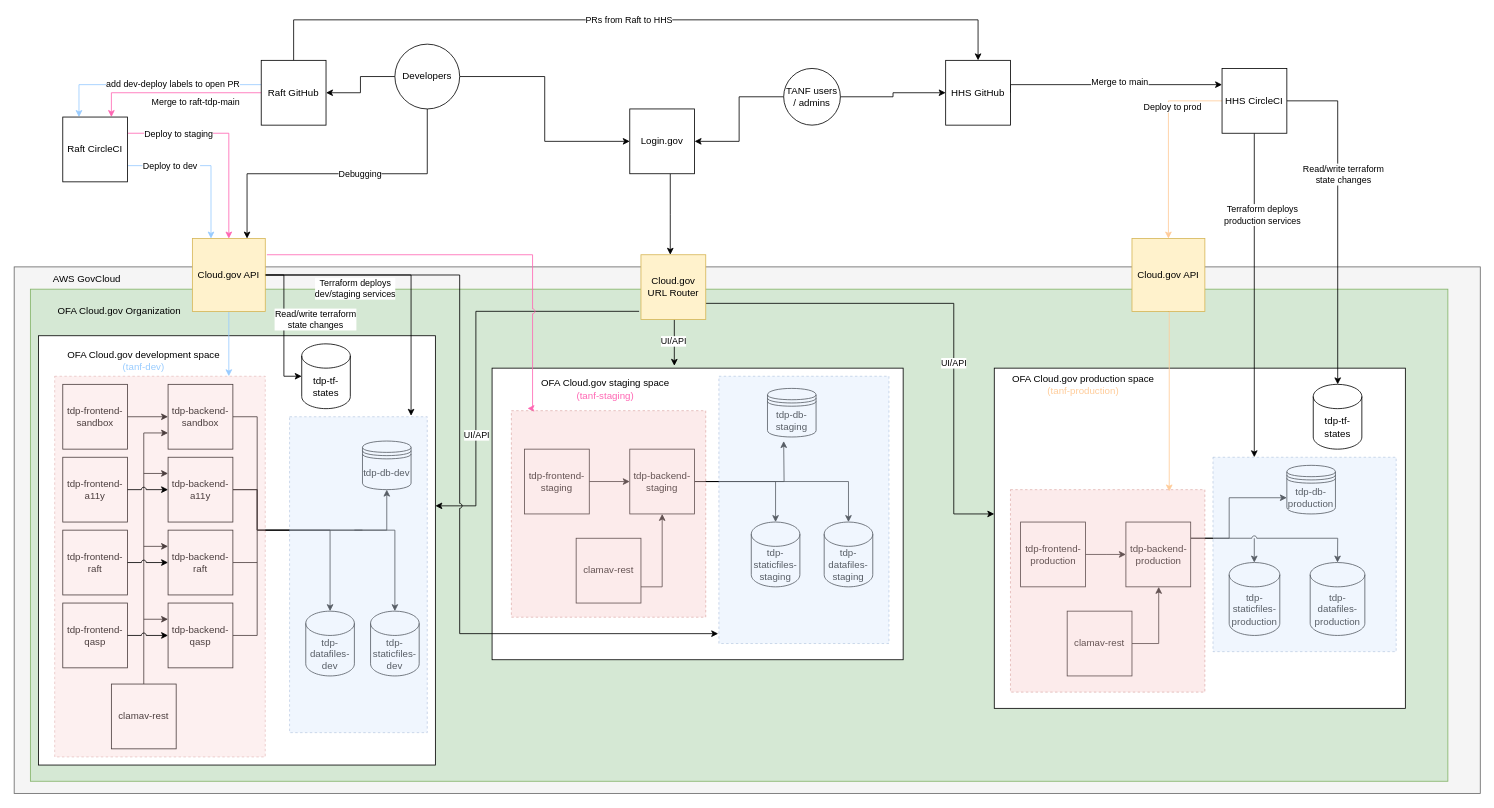
Earlier version of the draw.io diagram docs/Technical-Documentation/diagrams/tdp-environments.drawio (HHS/TANF-app). Source tidied: cells renumbered, new cells numbered last; positions are measured from the earlier drawing's top-left corner, leaving out a move shared by most shapes. Both pictures are drawn from the tidied source at 81%, with x=0, y=0 at pixel (14, 19).
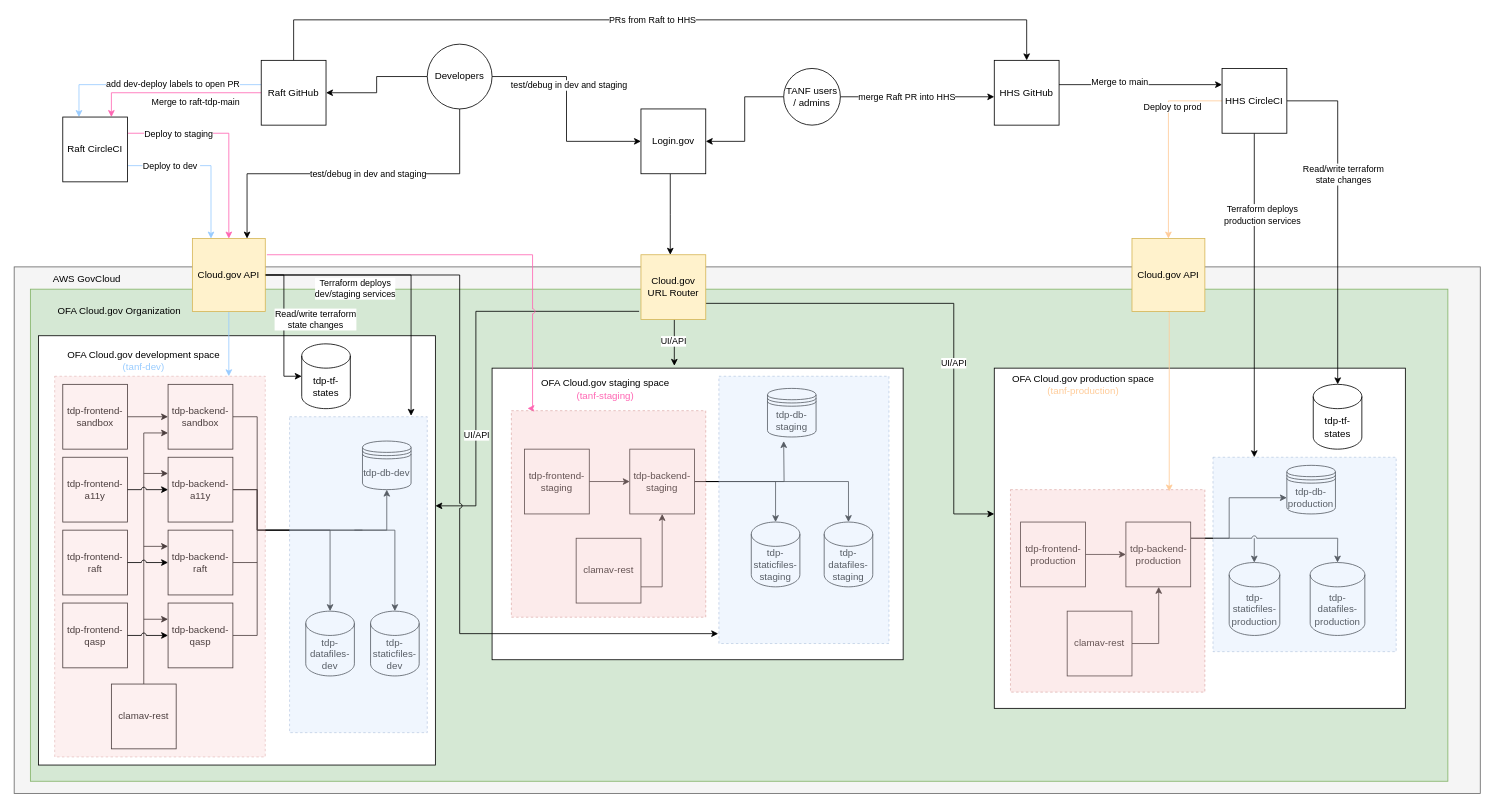
Above is the later version.

Commit message (it also covers changes not shown here):
docs: Add note and diagram tweak to clarify developer env access

The change refers to these unchanged cells:
```xml
<mxCell id="8" style="edgeStyle=orthogonalEdgeStyle;rounded=0;jettySize=auto;html=1;entryX=0;entryY=0.5;entryDx=0;entryDy=0;exitX=1;exitY=0.5;exitDx=0;exitDy=0;" parent="1" edge="1" source="99" target="37">
  <mxGeometry relative="1" as="geometry" />
</mxCell>
<mxCell id="11" value="TANF users / admins" style="ellipse;whiteSpace=wrap;html=1;strokeColor=#000000;fillColor=#ffffff;gradientColor=none;" parent="1" vertex="1">
  <mxGeometry x="950" y="60" width="70" height="70" as="geometry" />
</mxCell>
<mxCell id="97" style="edgeStyle=elbowEdgeStyle;rounded=0;jumpStyle=arc;jettySize=auto;html=1;startArrow=none;startFill=0;endArrow=classic;endFill=1;strokeColor=#000000;exitX=0.5;exitY=1;exitDx=0;exitDy=0;entryX=0.75;entryY=0;entryDx=0;entryDy=0;elbow=vertical;" parent="1" edge="1" source="99" target="35">
  <mxGeometry relative="1" as="geometry" />
</mxCell>
```

Change to the diagram source:
```diff
@@
+    <mxCell id="119" value="test/debug in dev and staging" style="edgeLabel;html=1;align=center;verticalAlign=middle;" parent="8" vertex="1">
+      <mxGeometry x="-0.23" y="3" relative="1" as="geometry" />
+    </mxCell>
@@
-    <mxCell id="10" style="edgeStyle=elbowEdgeStyle;rounded=0;jumpStyle=arc;jettySize=auto;html=1;startArrow=none;startFill=0;endArrow=classic;endFill=1;strokeColor=#000000;" parent="1" edge="1" source="11" target="88">
+    <mxCell id="10" style="edgeStyle=elbowEdgeStyle;rounded=0;jumpStyle=arc;jettySize=auto;html=1;startArrow=none;startFill=0;endArrow=classic;endFill=1;strokeColor=#000000;elbow=vertical;" parent="1" edge="1" source="11" target="88">
       <mxGeometry relative="1" as="geometry" />
     </mxCell>
+    <mxCell id="120" value="merge Raft PR into HHS" style="edgeLabel;html=1;align=center;verticalAlign=middle;" parent="10" vertex="1">
+      <mxGeometry x="-0.15" relative="1" as="geometry" />
+    </mxCell>
@@
     <mxCell id="37" value="Login.gov" style="whiteSpace=wrap;html=1;" parent="1" vertex="1">
-      <mxGeometry x="760" y="110" width="80" height="80" as="geometry" />
+      <mxGeometry x="773.8" y="110" width="80" height="80" as="geometry" />
     </mxCell>
@@
     <mxCell id="88" value="HHS GitHub" style="whiteSpace=wrap;html=1;strokeColor=#000000;gradientColor=none;" parent="1" vertex="1">
-      <mxGeometry x="1150" y="50" width="80" height="80" as="geometry" />
+      <mxGeometry x="1210" y="50" width="80" height="80" as="geometry" />
     </mxCell>
@@
-    <mxCell id="98" value="Debugging" style="edgeLabel;html=1;align=center;verticalAlign=middle;" parent="97" vertex="1">
+    <mxCell id="98" value="test/debug in dev and staging" style="edgeLabel;html=1;align=center;verticalAlign=middle;" parent="97" vertex="1">
       <mxGeometry x="0.47" y="-4" relative="1" as="geometry">
         <mxPoint x="117" y="4" as="offset" />
       </mxGeometry>
     </mxCell>
     <mxCell id="99" value="Developers" style="ellipse;whiteSpace=wrap;html=1;strokeColor=#000000;fillColor=#ffffff;gradientColor=none;" parent="1" vertex="1">
-      <mxGeometry x="470" y="30" width="80" height="80" as="geometry" />
+      <mxGeometry x="510" y="30" width="80" height="80" as="geometry" />
     </mxCell>
```
